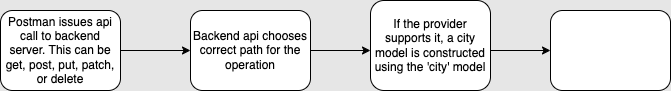
The draw.io diagram imageWeatherDB.png in JTabb1213/myWebsite, before a commit. Source tidied: cells renumbered, new cells last; positions are measured from the earlier drawing's top-left corner, leaving out a move shared by most shapes. The source it was exported from:
```xml
<mxGraphModel background="#E6E6E6">
  <root>
    <mxCell id="0" />
    <mxCell id="1" parent="0" />
    <mxCell id="2" value="Postman issues api call to backend server. This can be get, post, put, patch, or delete" style="rounded=1;whiteSpace=wrap;html=1;" parent="1" vertex="1">
      <mxGeometry y="10" width="120" height="80" as="geometry" />
    </mxCell>
    <mxCell id="3" style="endArrow=classic;html=1;rounded=0;" parent="1" edge="1">
      <mxGeometry relative="1" as="geometry">
        <mxPoint x="120" y="50" as="sourcePoint" />
        <mxPoint x="190" y="50" as="targetPoint" />
      </mxGeometry>
    </mxCell>
    <mxCell id="4" value="Backend api chooses correct path for the operation" style="rounded=1;whiteSpace=wrap;html=1;" parent="1" vertex="1">
      <mxGeometry x="190" y="10" width="120" height="80" as="geometry" />
    </mxCell>
    <mxCell id="5" style="endArrow=classic;html=1;rounded=0;" parent="1" edge="1">
      <mxGeometry relative="1" as="geometry">
        <mxPoint x="310" y="50" as="sourcePoint" />
        <mxPoint x="370" y="50" as="targetPoint" />
      </mxGeometry>
    </mxCell>
    <mxCell id="6" value="If the provider supports it, a city model is constructed using the 'city' model" style="rounded=1;whiteSpace=wrap;html=1;" parent="1" vertex="1">
      <mxGeometry x="370" width="120" height="90" as="geometry" />
    </mxCell>
    <mxCell id="7" style="rounded=1;whiteSpace=wrap;html=1;" parent="1" vertex="1">
      <mxGeometry x="550" y="10" width="120" height="80" as="geometry" />
    </mxCell>
    <mxCell id="8" style="endArrow=classic;html=1;rounded=0;entryX=0;entryY=0.5;entryDx=0;entryDy=0;" parent="1" edge="1" target="7">
      <mxGeometry relative="1" as="geometry">
        <mxPoint x="490" y="50" as="sourcePoint" />
      </mxGeometry>
    </mxCell>
  </root>
</mxGraphModel>
```
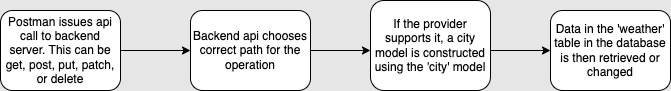
Above is the later version.

Diff of the diagram source:
```diff
@@ -23,7 +23,7 @@
     <mxCell id="6" value="If the provider supports it, a city model is constructed using the 'city' model" style="rounded=1;whiteSpace=wrap;html=1;" parent="1" vertex="1">
       <mxGeometry x="370" width="120" height="90" as="geometry" />
     </mxCell>
-    <mxCell id="7" style="rounded=1;whiteSpace=wrap;html=1;" parent="1" vertex="1">
+    <mxCell id="7" value="Data in the 'weather' table in the database is then retrieved or changed" style="rounded=1;whiteSpace=wrap;html=1;" parent="1" vertex="1">
       <mxGeometry x="550" y="10" width="120" height="80" as="geometry" />
     </mxCell>
     <mxCell id="8" style="endArrow=classic;html=1;rounded=0;entryX=0;entryY=0.5;entryDx=0;entryDy=0;" parent="1" edge="1" target="7">
```
